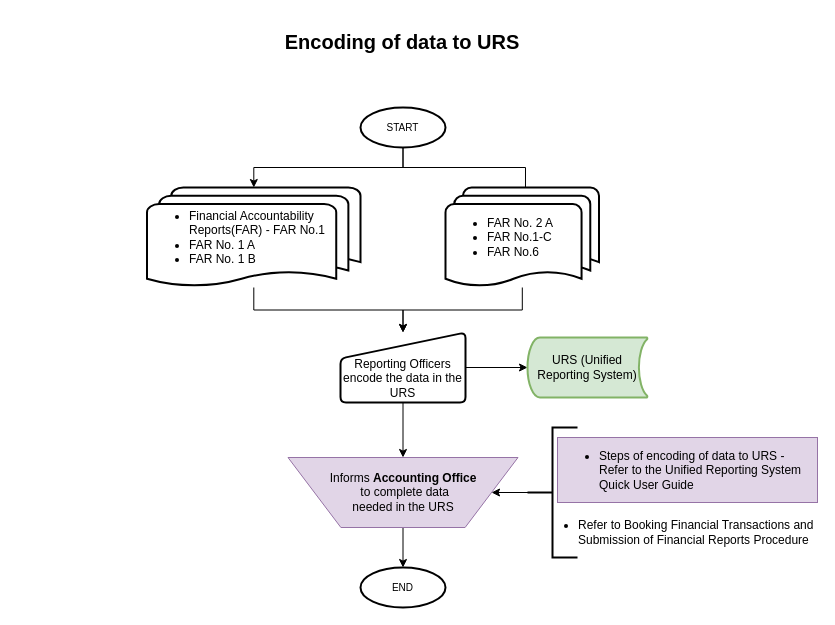
johnpaul4474/FMO-budget keeps this draw.io diagram as page "Encoding of data to URS" (3 of 5) of Preparations of Financial Accountability.drawio. Above is the earlier version. Source tidied: cells renumbered, new cells numbered last; positions are measured from the earlier drawing's top-left corner, leaving out a move shared by most shapes. Both pictures are drawn from the tidied source at 100%, with x=0, y=0 at pixel (17, 27).
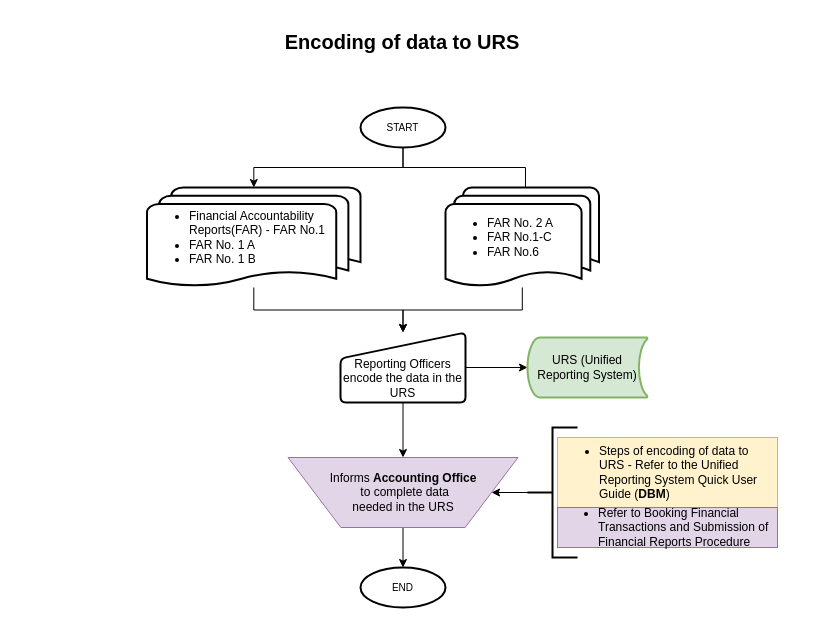
After the change.

The edit, as a diff of the source:
```diff
@@
-    <mxCell id="19" value="&lt;ul&gt;&lt;li&gt;Steps of encoding of data to URS - Refer to the Unified Reporting System Quick User Guide&lt;/li&gt;&lt;/ul&gt;" style="text;html=1;strokeColor=#9673a6;fillColor=#e1d5e7;align=left;verticalAlign=middle;whiteSpace=wrap;rounded=0;" parent="1" vertex="1">
-      <mxGeometry x="540" y="410" width="260" height="65" as="geometry" />
+    <mxCell id="19" value="&lt;ul&gt;&lt;li&gt;Steps of encoding of data to URS - Refer to the Unified Reporting System Quick User Guide (&lt;b&gt;DBM&lt;/b&gt;)&lt;/li&gt;&lt;/ul&gt;" style="text;html=1;align=left;verticalAlign=middle;whiteSpace=wrap;rounded=0;fillColor=#fff2cc;strokeColor=#d6b656;" parent="1" vertex="1">
+      <mxGeometry x="540" y="410" width="220" height="70" as="geometry" />
     </mxCell>
-    <mxCell id="20" value="&lt;ul style=&quot;text-align: left;&quot;&gt;&lt;li&gt;Refer to Booking Financial Transactions and Submission of Financial Reports Procedure&lt;/li&gt;&lt;/ul&gt;" style="text;html=1;strokeColor=none;fillColor=none;align=center;verticalAlign=middle;whiteSpace=wrap;rounded=0;" parent="1" vertex="1">
-      <mxGeometry x="520" y="470" width="280" height="70" as="geometry" />
+    <mxCell id="20" value="&lt;ul style=&quot;text-align: left;&quot;&gt;&lt;li&gt;Refer to Booking Financial Transactions and Submission of Financial Reports Procedure&lt;/li&gt;&lt;/ul&gt;" style="text;html=1;strokeColor=#9673a6;fillColor=#e1d5e7;align=center;verticalAlign=middle;whiteSpace=wrap;rounded=0;" parent="1" vertex="1">
+      <mxGeometry x="540" y="480" width="220" height="40" as="geometry" />
     </mxCell>
```
